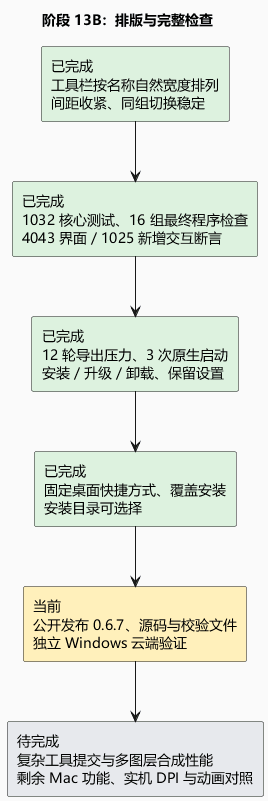
Earlier version of the PlantUML export docs/13b-verification-release.png (IZILE/Compositor-Windows). Its diagram source:
```plantuml
@startuml
skinparam defaultFontName Microsoft YaHei
skinparam shadowing false
skinparam backgroundColor #FAFAFA
title 阶段 13B：排版与完整检查
rectangle "已完成\n工具栏按名称自然宽度排列\n间距收紧、同组切换稳定" as layout #DDF2DF
rectangle "已完成\n1032 核心测试、16 组最终程序检查\n4043 界面 / 1025 新增交互断言" as tests #DDF2DF
rectangle "已完成\n12 轮导出压力、3 次原生启动\n安装／升级／卸载、保留设置" as stability #DDF2DF
rectangle "已完成\n固定桌面快捷方式、覆盖安装\n安装目录可选择" as install #DDF2DF
rectangle "当前\n公开发布 0.6.7、源码与校验文件\n独立 Windows 云端验证" as publication #FFF0BB
rectangle "待完成\n复杂工具提交与多图层合成性能\n剩余 Mac 功能、实机 DPI 与动画对照" as pending #E7E9ED
layout --> tests
tests --> stability
stability --> install
install --> publication
publication --> pending
@enduml
```
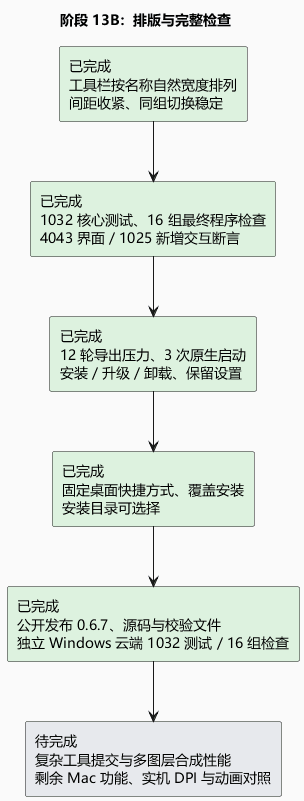
Later version of the same file.

Commit message:
Document 0.6.7 installation and independent Windows verification

Diff of the diagram source:
```diff
@@ -7,7 +7,7 @@
 rectangle "已完成\n1032 核心测试、16 组最终程序检查\n4043 界面 / 1025 新增交互断言" as tests #DDF2DF
 rectangle "已完成\n12 轮导出压力、3 次原生启动\n安装／升级／卸载、保留设置" as stability #DDF2DF
 rectangle "已完成\n固定桌面快捷方式、覆盖安装\n安装目录可选择" as install #DDF2DF
-rectangle "当前\n公开发布 0.6.7、源码与校验文件\n独立 Windows 云端验证" as publication #FFF0BB
+rectangle "已完成\n公开发布 0.6.7、源码与校验文件\n独立 Windows 云端 1032 测试 / 16 组检查" as publication #DDF2DF
 rectangle "待完成\n复杂工具提交与多图层合成性能\n剩余 Mac 功能、实机 DPI 与动画对照" as pending #E7E9ED
 layout --> tests
 tests --> stability
```
